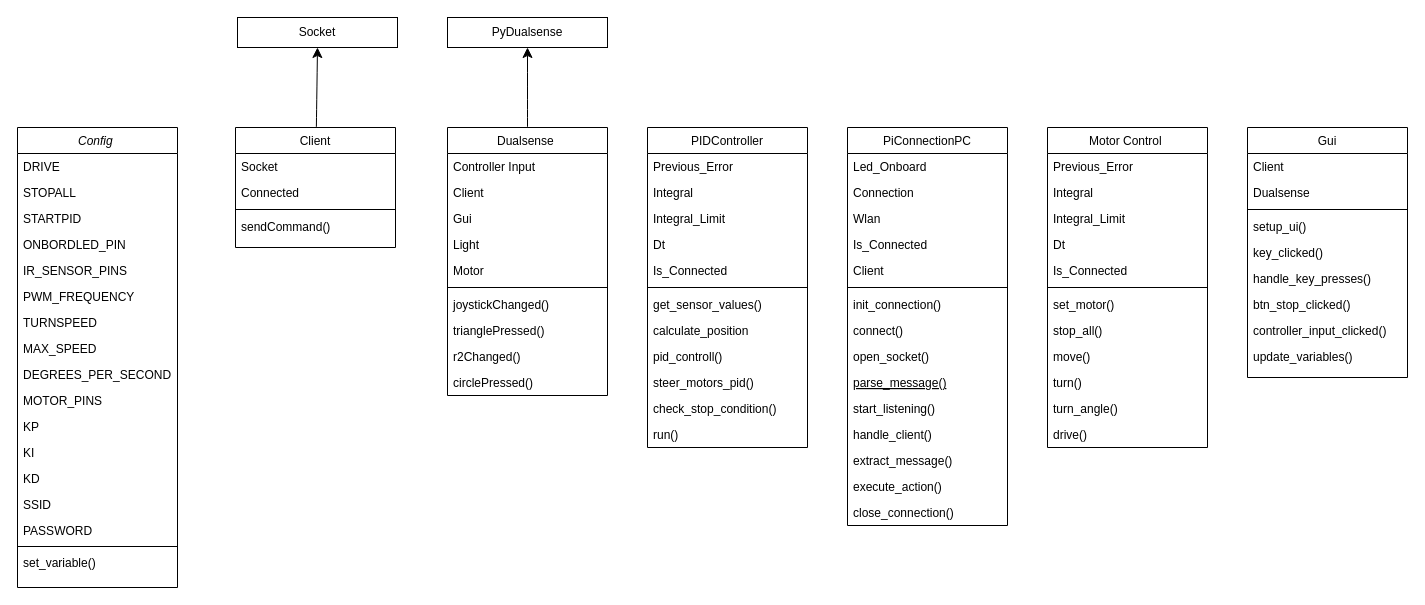
Earlier version of the draw.io diagram page "Klassendiagramm" (1 of 2) of IA.drawio (0neShot/IA). Source tidied: cells renumbered, new cells numbered last; positions are measured from the earlier drawing's top-left corner, leaving out a move shared by most shapes. Both pictures are drawn from the tidied source at 100%, with x=0, y=0 at pixel (17, 17).
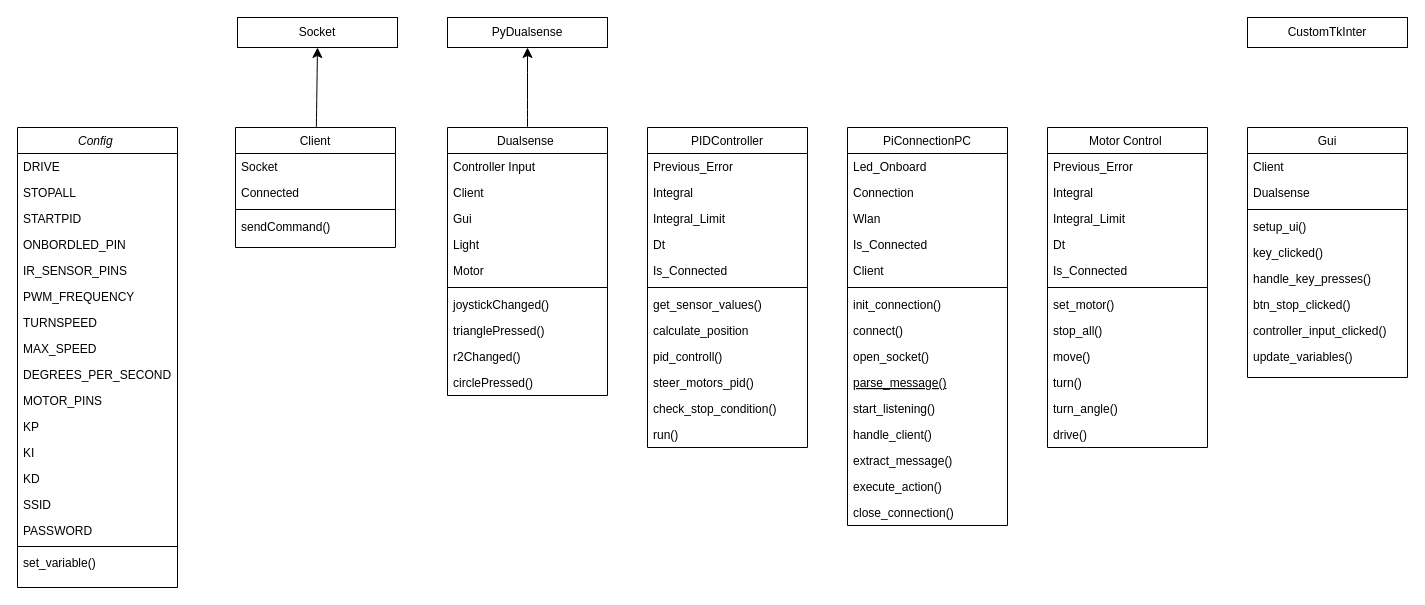
After the change.

The edit, as a diff of the source:
```diff
@@
+    <mxCell id="92" value="CustomTkInter" style="rounded=0;whiteSpace=wrap;html=1;" parent="1" vertex="1">
+      <mxGeometry x="1230" width="160" height="30" as="geometry" />
+    </mxCell>
```
